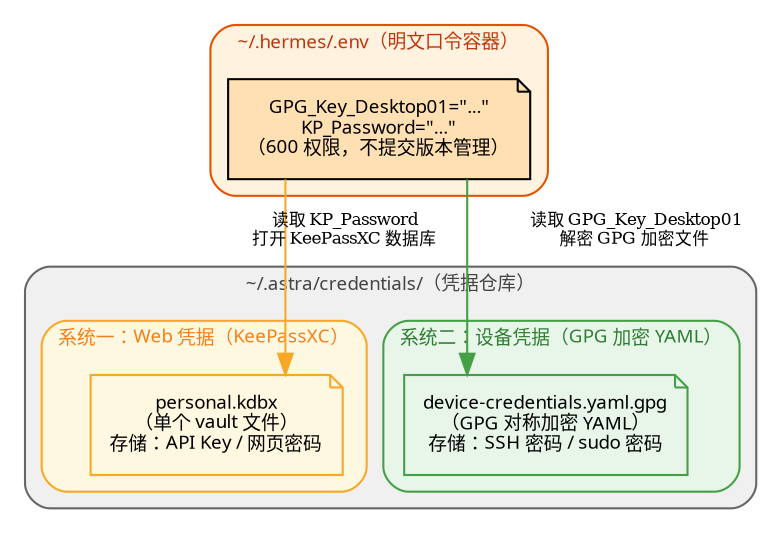
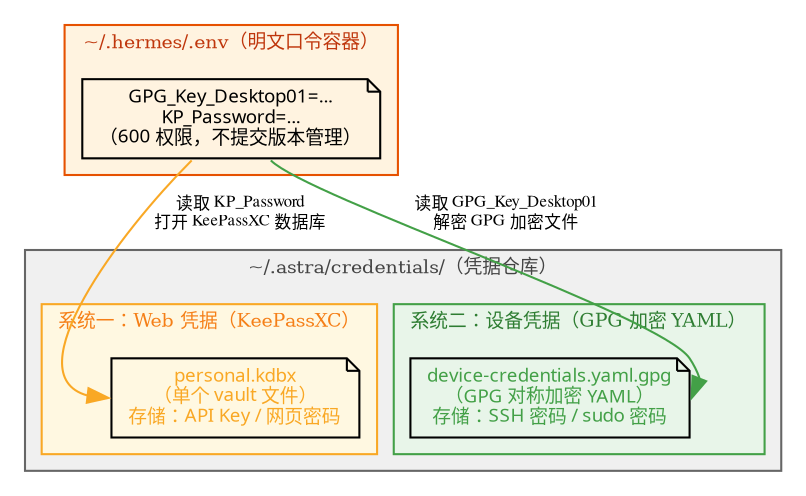
digraph Credentials {
    rankdir=TB;
-     bgcolor="transparent";
-     fontname="sans-serif";
-     fontsize=11;
-     nodesep=0.4;
-     ranksep=0.4;
-     splines=ortho;
- 
-     node [shape=box, style="filled,rounded", fontname="sans-serif", fontsize=9, margin=0.12];
+     node [fontname="sans-serif" fontsize=9];
+     edge [fontname="Times,serif" fontsize=8];
+     compound=true;

    subgraph cluster_dotenv {
        label="~/.hermes/.env（明文口令容器）";
-         style="filled,rounded";
-         fillcolor="#FFF3E0";
-         color="#E65100";
-         fontcolor="#BF360C";
-         fontsize=9;
- 
-         dotenv [label="GPG_Key_Desktop01=\"...\"\nKP_Password=\"...\"\n（600 权限，不提交版本管理）", fillcolor="#FFE0B2", shape=note];
+         fontsize=9; fontcolor="#bf360c";
+         color="#e65100"; fillcolor="#fff3e0"; style=filled;
+         dotenv [shape=note fillcolor="#ffe0b2" label="GPG_Key_Desktop01=...\nKP_Password=...\n（600 权限，不提交版本管理）"];
    }

    subgraph cluster_credentials {
        label="~/.astra/credentials/（凭据仓库）";
-         style="filled,rounded";
-         fillcolor="#F0F0F0";
-         color="#666666";
-         fontcolor="#444444";
-         fontsize=9;
+         fontsize=9; fontcolor="#444444";
+         color="#666666"; fillcolor="#f0f0f0"; style=filled;

        subgraph cluster_web {
            label="系统一：Web 凭据（KeePassXC）";
-             style="filled,rounded";
-             fillcolor="#FFF8E1";
-             color="#F9A825";
-             fontcolor="#F57F17";
-             fontsize=9;
- 
-             kp [label="personal.kdbx\n（单个 vault 文件）\n存储：API Key / 网页密码", shape=note, fillcolor="#FFF8E1", color="#F9A825"];
+             fontsize=9; fontcolor="#f57f17";
+             color="#f9a825"; fillcolor="#fff8e1"; style=filled;
+             kp [shape=note fillcolor="#fff8e1" fontcolor="#f9a825" label="personal.kdbx\n（单个 vault 文件）\n存储：API Key / 网页密码"];
        }

        subgraph cluster_device {
            label="系统二：设备凭据（GPG 加密 YAML）";
-             style="filled,rounded";
-             fillcolor="#E8F5E9";
-             color="#43A047";
-             fontcolor="#2E7D32";
-             fontsize=9;
- 
-             gp [label="device-credentials.yaml.gpg\n（GPG 对称加密 YAML）\n存储：SSH 密码 / sudo 密码", shape=note, fillcolor="#E8F5E9", color="#43A047"];
+             fontsize=9; fontcolor="#2e7d32";
+             color="#43a047"; fillcolor="#e8f5e9"; style=filled;
+             gp [shape=note fillcolor="#e8f5e9" fontcolor="#43a047" label="device-credentials.yaml.gpg\n（GPG 对称加密 YAML）\n存储：SSH 密码 / sudo 密码"];
        }
    }

-     dotenv -> kp [label=" 读取 KP_Password\n打开 KeePassXC 数据库", color="#F9A825", fontsize=8];
-     dotenv -> gp [label=" 读取 GPG_Key_Desktop01\n解密 GPG 加密文件", color="#43A047", fontsize=8];
+     // Re-route edges to avoid crossing
+     dotenv -> kp [color="#f9a825" label="读取 KP_Password\n打开 KeePassXC 数据库" headport=w tailport=sw];
+     dotenv -> gp [color="#43a047" label="读取 GPG_Key_Desktop01\n解密 GPG 加密文件" headport=e tailport=se];
}
